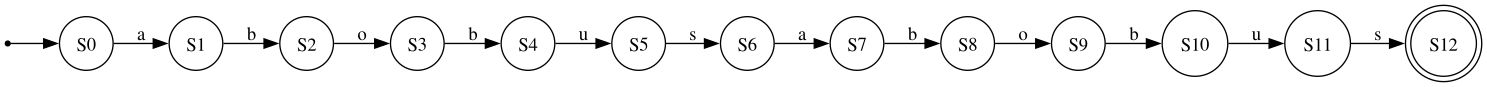
This is lab2/dfa.png from konstantin2506/automata_theory, a Graphviz export, as it was before one commit. Its source is kept beside it as lab2/dfa.dot.
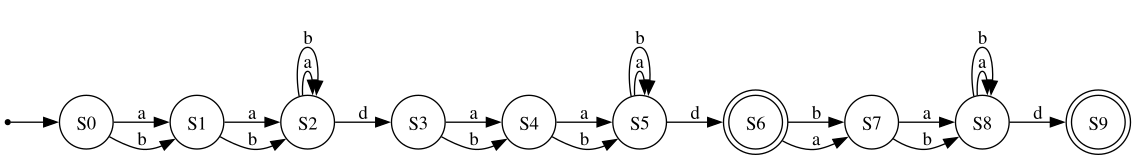
Above is the later version.

The edit, as a diff of the source:
```diff
@@ -11,24 +11,30 @@
   S3 [label="S3\n"];
   S4 [label="S4\n"];
   S5 [label="S5\n"];
-  S6 [label="S6\n"];
+  S6 [label="S6\n", peripheries=2];
   S7 [label="S7\n"];
   S8 [label="S8\n"];
-  S9 [label="S9\n"];
-  S10 [label="S10\n"];
-  S11 [label="S11\n"];
-  S12 [label="S12\n", peripheries=2];
+  S9 [label="S9\n", peripheries=2];
 
   S0 -> S1 [label="a"];
+  S0 -> S1 [label="b"];
+  S1 -> S2 [label="a"];
   S1 -> S2 [label="b"];
-  S2 -> S3 [label="o"];
+  S2 -> S3 [label="d"];
+  S2 -> S2 [label="a"];
+  S2 -> S2 [label="b"];
+  S3 -> S4 [label="a"];
   S3 -> S4 [label="b"];
-  S4 -> S5 [label="u"];
-  S5 -> S6 [label="s"];
+  S4 -> S5 [label="a"];
+  S4 -> S5 [label="b"];
+  S5 -> S5 [label="a"];
+  S5 -> S5 [label="b"];
+  S5 -> S6 [label="d"];
+  S6 -> S7 [label="b"];
   S6 -> S7 [label="a"];
+  S7 -> S8 [label="a"];
   S7 -> S8 [label="b"];
-  S8 -> S9 [label="o"];
-  S9 -> S10 [label="b"];
-  S10 -> S11 [label="u"];
-  S11 -> S12 [label="s"];
+  S8 -> S8 [label="a"];
+  S8 -> S8 [label="b"];
+  S8 -> S9 [label="d"];
 }
```
